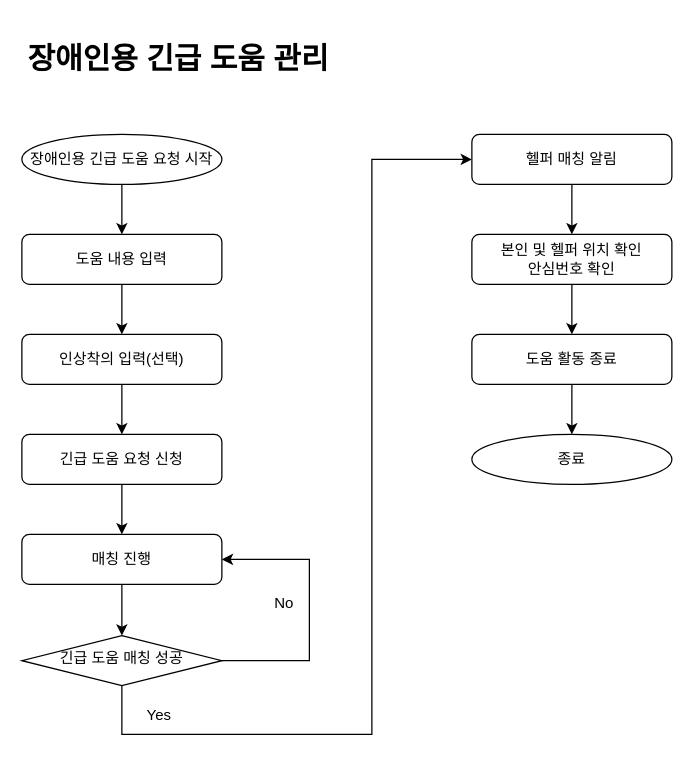
SEO-YJ/BeExpert keeps this draw.io diagram as page "장애인 긴급 도움 관리" (3 of 7) of 제목 없는 다이어그램.drawio. Above is the earlier version. Source tidied: cells renumbered, new cells numbered last; positions are measured from the earlier drawing's top-left corner, leaving out a move shared by most shapes. Both pictures are drawn from the tidied source at 125%, with x=0, y=0 at pixel (21, 34).
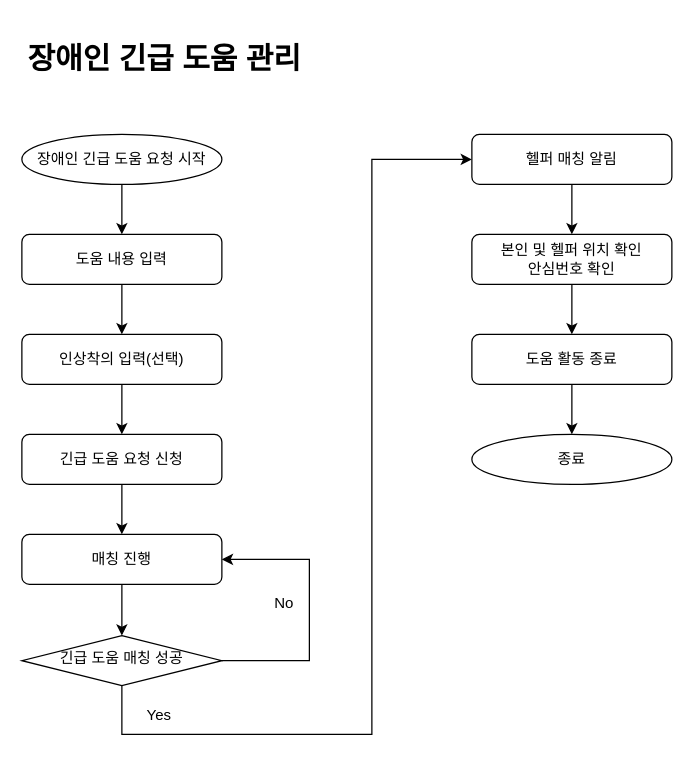
The same diagram, later.

The edit, as a diff of the source:
```diff
@@
-    <mxCell id="5" value="&lt;h1&gt;장애인용 긴급 도움 관리&lt;/h1&gt;" style="text;html=1;strokeColor=none;fillColor=none;spacing=5;spacingTop=-20;whiteSpace=wrap;overflow=hidden;rounded=0;" parent="1" vertex="1">
+    <mxCell id="5" value="&lt;h1&gt;장애인 긴급 도움 관리&lt;/h1&gt;" style="text;html=1;strokeColor=none;fillColor=none;spacing=5;spacingTop=-20;whiteSpace=wrap;overflow=hidden;rounded=0;" parent="1" vertex="1">
       <mxGeometry width="300" height="30" as="geometry" />
     </mxCell>
@@
-    <mxCell id="7" value="장애인용 긴급 도움 요청 시작" style="ellipse;whiteSpace=wrap;html=1;" parent="1" vertex="1">
+    <mxCell id="7" value="장애인 긴급 도움 요청 시작" style="ellipse;whiteSpace=wrap;html=1;" parent="1" vertex="1">
       <mxGeometry y="80" width="160" height="40" as="geometry" />
     </mxCell>
```
